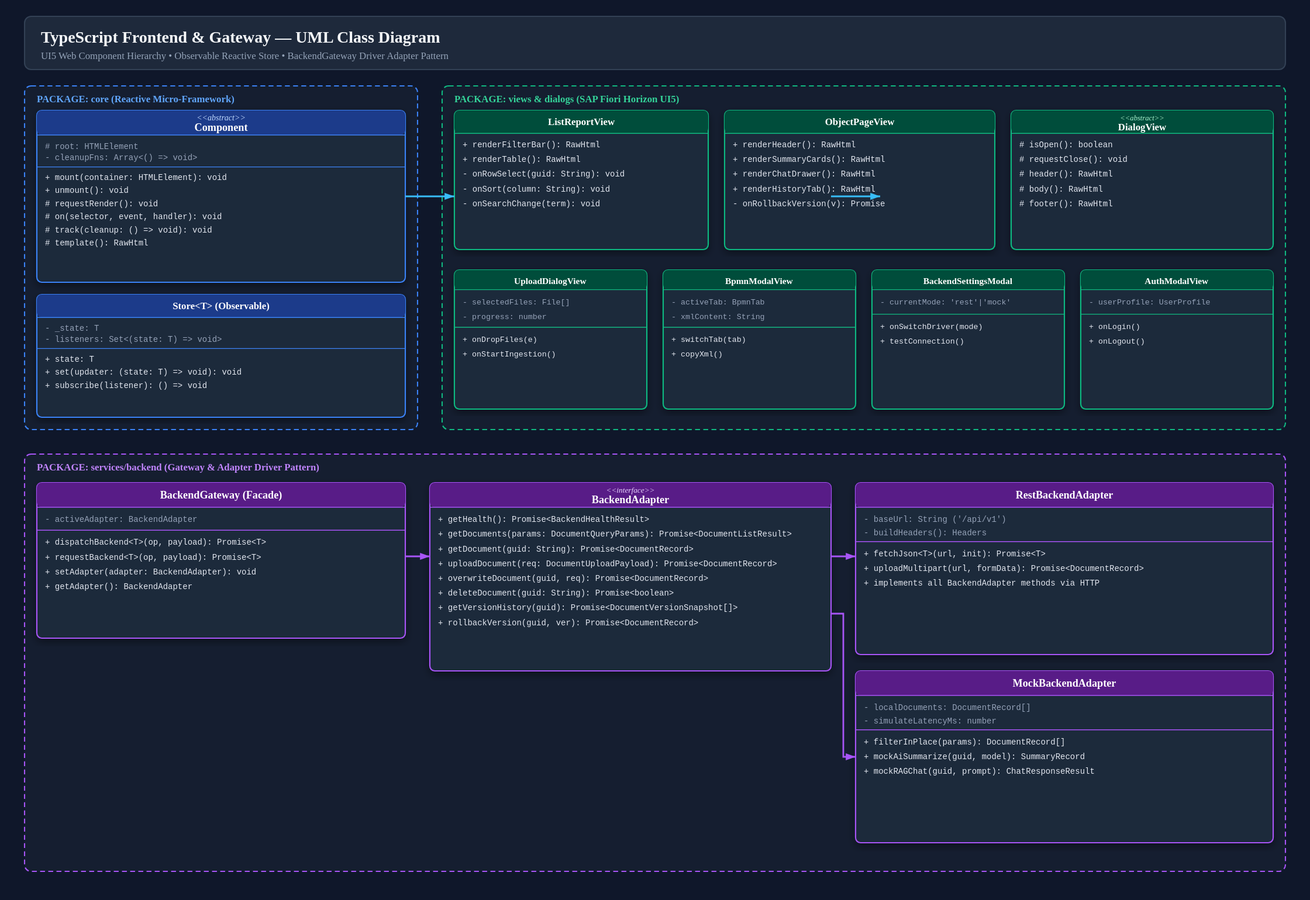
The PlantUML diagram docs/diagrams/typescript_uml_class_diagram.svg in epascalau/personal-library, before a commit. Its source is kept beside it as docs/diagrams/typescript_uml_class_diagram.puml. Source of this version:
```plantuml
@startuml TypeScript_Frontend_UML_Class_Diagram
!theme plain
skinparam roundCorner 8
skinparam classFontSize 11
skinparam defaultFontName Inter
skinparam packageStyle frame
skinparam classAttributeIconSize 0

title Personal Library - TypeScript Frontend & Gateway Architecture (UML Class Diagram)

package "core (Reactive Micro-Framework)" {
  abstract class Component {
    # root: HTMLElement
    - cleanupFns: Array<() => void>
    + mount(container: HTMLElement): void
    + unmount(): void
    # onMount(): void
    # onUnmount(): void
    # requestRender(): void
    # on(selector: String, event: String, handler: EventListener): void
    # track(cleanup: () => void): void
    # template(): RawHtml
  }

  class "Store<T>" as Store {
    - _state: T
    - listeners: Set<(state: T) => void>
    + state: T
    + set(updater: (state: T) => void): void
    + subscribe(listener: (state: T) => void): () => void
  }

  class "EventBus<T>" as EventBus {
    - handlers: Map<String, Set<Function>>
    + subscribe(event: String, fn: Function): () => void
    + publish(event: String, payload: T): void
    + clear(): void
  }
}

package "stores" {
  class AppStore extends Store {
    + setDocuments(docs: DocumentRecord[]): void
    + setActiveDocument(doc: DocumentRecord): void
    + setFilters(filters: Partial<FilterState>): void
    + setPage(page: number): void
    + openUploadDialog(): void
    + openBpmnModal(): void
    + rollbackDocument(guid: String, targetVersion: number): Promise<void>
  }

  class BackendStore extends Store {
    + setMode(mode: 'rest' | 'mock'): void
    + setHealth(status: 'online' | 'offline'): void
  }

  class ThemeStore extends Store {
    + setTheme(theme: 'sap_horizon' | 'sap_horizon_dark'): void
    + toggleTheme(): void
  }

  class I18nStore extends Store {
    + setLocale(locale: 'en' | 'de' | 'fr' | 'es' | 'ro'): void
    + t(key: String, params?: Object): String
  }
}

package "views (SAP Fiori Horizon)" {
  class AppView extends Component {
    - shellBarView: ShellBarView
    - listReportView: ListReportView
    - objectPageView: ObjectPageView
    - footerView: FooterView
  }

  class ShellBarView extends Component {
    - onSearchInput(query: String): void
    - onThemeToggle(): void
    - onModeSwitch(mode: String): void
  }

  class ListReportView extends Component {
    - renderFilterBar(): RawHtml
    - renderTable(): RawHtml
    - onRowSelect(guid: String): void
    - onSort(column: String): void
  }

  class ObjectPageView extends Component {
    - activeTab: 'info' | 'summaries' | 'chat' | 'history'
    - renderHeader(): RawHtml
    - renderSummaryCards(): RawHtml
    - renderChatDrawer(): RawHtml
    - renderHistoryTab(): RawHtml
    - onSendChatMessage(prompt: String): Promise<void>
    - onRollbackVersion(targetVersion: number): Promise<void>
  }

  abstract class DialogView extends Component {
    # isOpen(): boolean
    # requestClose(): void
    # header(): RawHtml
    # body(): RawHtml
    # footer(): RawHtml
  }

  class UploadDialogView extends DialogView {
    - selectedFiles: File[]
    - uploadProgress: number
    - onDropFiles(e: DragEvent): void
    - onStartIngestion(): Promise<void>
  }

  class BpmnModalView extends DialogView {
    - activeTab: 'diagram' | 'pipeline' | 'xml' | 'deployment'
    - xmlContent: String
    - loadBpmnXml(): Promise<void>
  }

  class BackendSettingsModalView extends DialogView {}
  class AuthModalView extends DialogView {}
  class VersionOverwriteDialogView extends DialogView {}
  class DeleteConfirmDialogView extends DialogView {}

  DialogView --|> Component
  UploadDialogView --|> DialogView
  BpmnModalView --|> DialogView
  BackendSettingsModalView --|> DialogView
  AuthModalView --|> DialogView
  VersionOverwriteDialogView --|> DialogView
  DeleteConfirmDialogView --|> DialogView
}

package "services/backend" {
  class BackendGateway {
    - activeAdapter: BackendAdapter
    + dispatchBackend<T>(op: BackendOperations, payload: any): Promise<T>
    + requestBackend<T>(op: BackendOperations, payload: any): Promise<T>
  }

  interface BackendAdapter {
    + getHealth(): Promise<BackendHealthResult>
    + getDocuments(params: DocumentQueryParams): Promise<DocumentListResult>
    + getDocument(guid: String): Promise<DocumentRecord>
    + uploadDocument(req: DocumentUploadPayload): Promise<DocumentRecord>
    + overwriteDocument(guid: String, req: DocumentUploadPayload): Promise<DocumentRecord>
    + deleteDocument(guid: String): Promise<boolean>
    + summarizeDocument(guid: String, model: String): Promise<SummaryRecord>
    + chat(req: ChatRequestPayload): Promise<ChatResponseResult>
    + getVersionHistory(guid: String): Promise<DocumentVersionSnapshot[]>
    + rollbackVersion(guid: String, targetVersion: number): Promise<DocumentRecord>
    + getHistoricalDownloadUrl(guid: String, versionNumber: number): String
  }

  interface DocumentVersionSnapshot {
    snapshotGuid: String
    versionNumber: number
    fileName: String
    fileSize: number
    fileSizeFormatted: String
    format: String
    savedAt: String
    bibtex: BibTeXMetadata
    summaries: Object
    note?: String
  }

  class RestBackendAdapter implements BackendAdapter {
    - baseUrl: String
    - buildHeaders(): Headers
    - request<T>(path: String, init: RequestInit): Promise<T>
  }

  class MockBackendAdapter implements BackendAdapter {
    - localDatabase: DocumentRecord[]
    - simulateDelay(): Promise<void>
  }

  BackendGateway o-- BackendAdapter
}

AppView *-- ShellBarView
AppView *-- ListReportView
AppView *-- ObjectPageView
ListReportView ..> BackendGateway
ObjectPageView ..> BackendGateway
UploadDialogView ..> BackendGateway

AppView ..> AppStore
ListReportView ..> AppStore
ObjectPageView ..> AppStore
@enduml
```
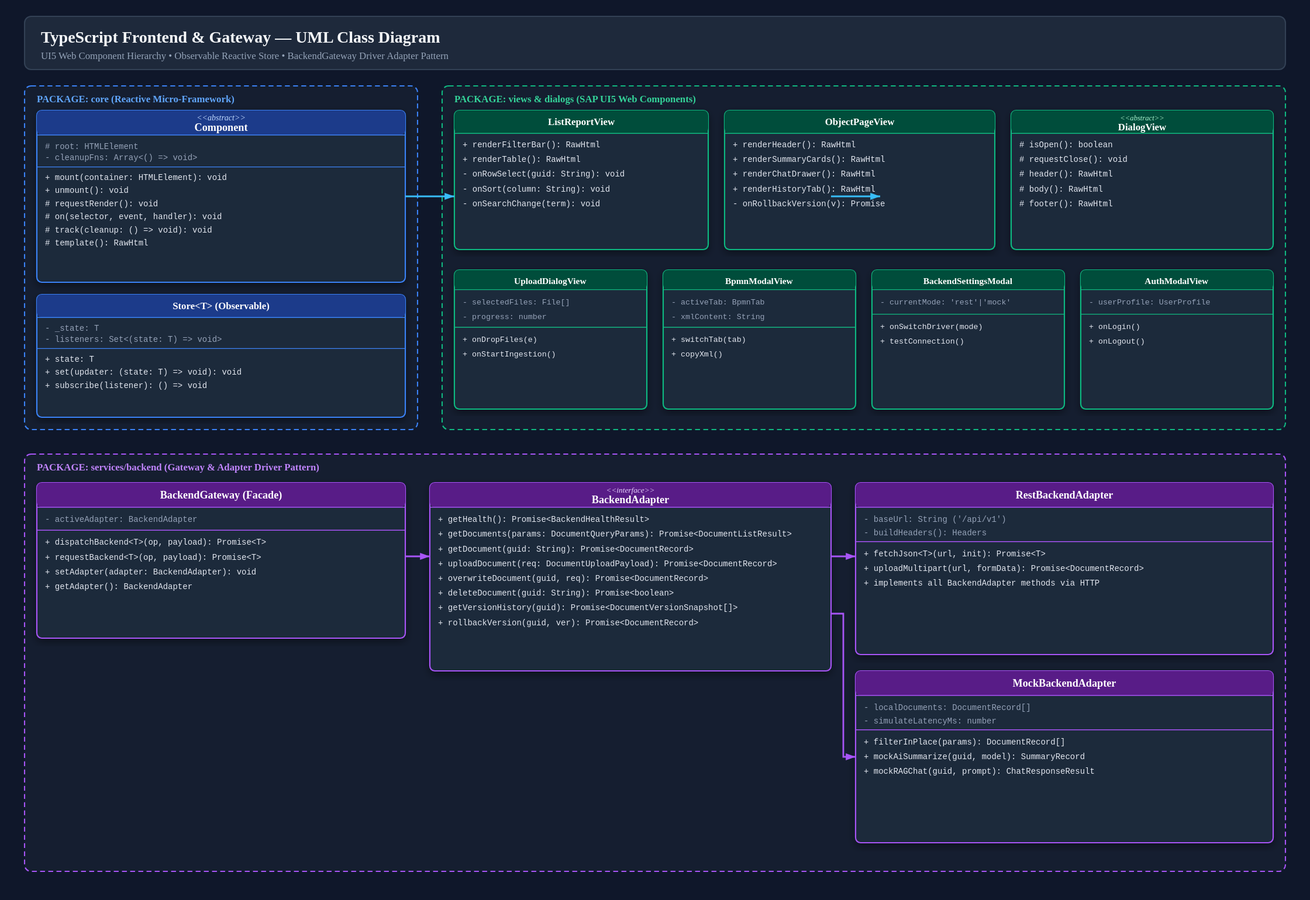
Above is the later version.

What changed in the source:
```diff
@@ -65,7 +65,7 @@
   }
 }
 
-package "views (SAP Fiori Horizon)" {
+package "views (SAP UI5 Web Components)" {
   class AppView extends Component {
     - shellBarView: ShellBarView
     - listReportView: ListReportView
```
